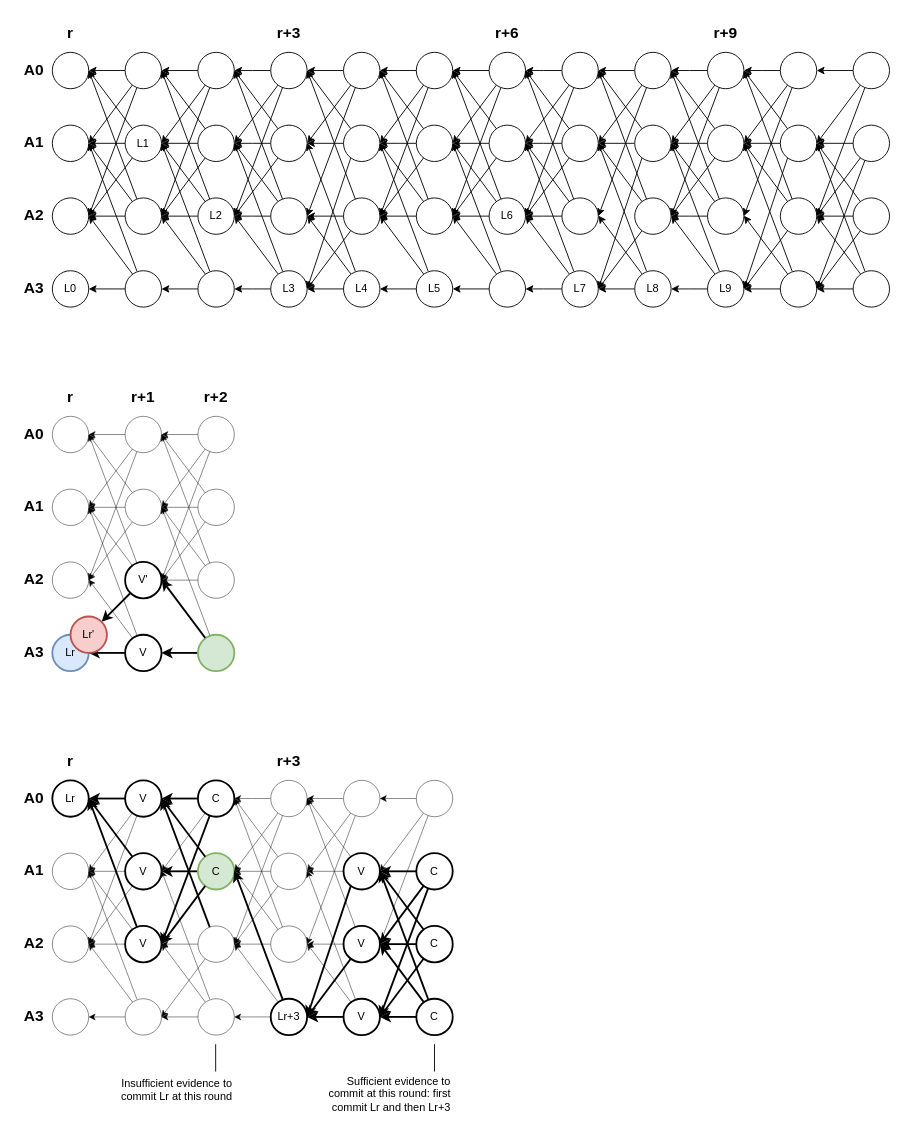
This is mysticeti.drawio from asonnino/various-diagrams, a draw.io file, before an edit. Source tidied: cells renumbered, new cells numbered last; positions are measured from the earlier drawing's top-left corner, leaving out a move shared by most shapes. Both pictures are drawn from the tidied source at 91%, with x=0, y=0 at pixel (15, 15).
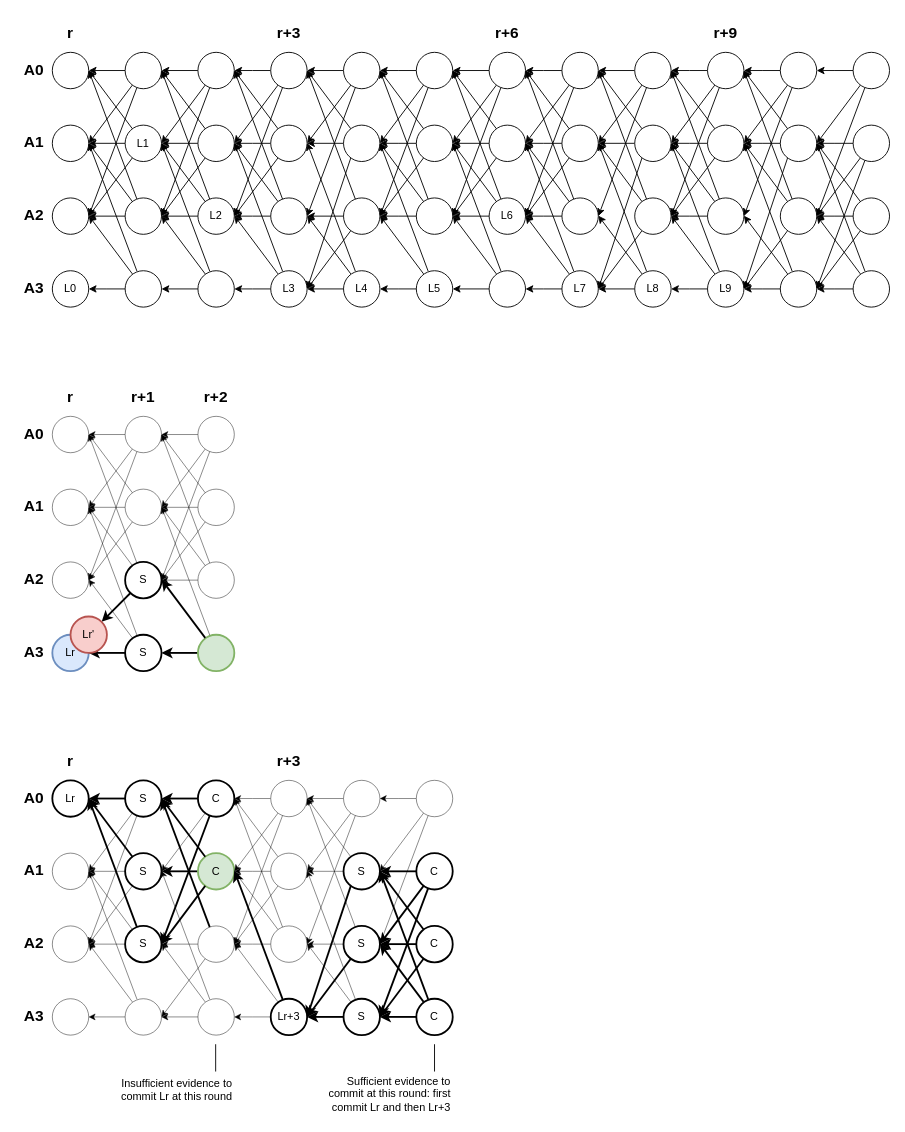
After the change.

Change to the diagram source:
```diff
@@
-    <mxCell id="200" value="V'" style="ellipse;whiteSpace=wrap;html=1;strokeWidth=2;" parent="1" vertex="1">
+    <mxCell id="200" value="S" style="ellipse;whiteSpace=wrap;html=1;strokeWidth=2;" parent="1" vertex="1">
       <mxGeometry x="120" y="600" width="40" height="40" as="geometry" />
     </mxCell>
@@
-    <mxCell id="202" value="V" style="ellipse;whiteSpace=wrap;html=1;strokeWidth=2;" parent="1" vertex="1">
+    <mxCell id="202" value="S" style="ellipse;whiteSpace=wrap;html=1;strokeWidth=2;" parent="1" vertex="1">
       <mxGeometry x="120" y="680" width="40" height="40" as="geometry" />
     </mxCell>
@@
-    <mxCell id="244" value="V" style="ellipse;whiteSpace=wrap;html=1;strokeWidth=2;" parent="1" vertex="1">
+    <mxCell id="244" value="S" style="ellipse;whiteSpace=wrap;html=1;strokeWidth=2;" parent="1" vertex="1">
       <mxGeometry x="120" y="840" width="40" height="40" as="geometry" />
     </mxCell>
@@
-    <mxCell id="246" value="V" style="ellipse;whiteSpace=wrap;html=1;strokeWidth=2;" parent="1" vertex="1">
+    <mxCell id="246" value="S" style="ellipse;whiteSpace=wrap;html=1;strokeWidth=2;" parent="1" vertex="1">
       <mxGeometry x="120" y="920" width="40" height="40" as="geometry" />
     </mxCell>
@@
-    <mxCell id="248" value="V" style="ellipse;whiteSpace=wrap;html=1;strokeWidth=2;" parent="1" vertex="1">
+    <mxCell id="248" value="S" style="ellipse;whiteSpace=wrap;html=1;strokeWidth=2;" parent="1" vertex="1">
       <mxGeometry x="120" y="1000" width="40" height="40" as="geometry" />
     </mxCell>
@@
-    <mxCell id="296" value="V" style="ellipse;whiteSpace=wrap;html=1;strokeWidth=2;" parent="1" vertex="1">
+    <mxCell id="296" value="S" style="ellipse;whiteSpace=wrap;html=1;strokeWidth=2;" parent="1" vertex="1">
       <mxGeometry x="360" y="920" width="40" height="40" as="geometry" />
     </mxCell>
@@
-    <mxCell id="298" value="V" style="ellipse;whiteSpace=wrap;html=1;strokeWidth=2;" parent="1" vertex="1">
+    <mxCell id="298" value="S" style="ellipse;whiteSpace=wrap;html=1;strokeWidth=2;" parent="1" vertex="1">
       <mxGeometry x="360" y="1000" width="40" height="40" as="geometry" />
     </mxCell>
@@
-    <mxCell id="300" value="V" style="ellipse;whiteSpace=wrap;html=1;strokeWidth=2;" parent="1" vertex="1">
+    <mxCell id="300" value="S" style="ellipse;whiteSpace=wrap;html=1;strokeWidth=2;" parent="1" vertex="1">
       <mxGeometry x="360" y="1080" width="40" height="40" as="geometry" />
     </mxCell>
```
